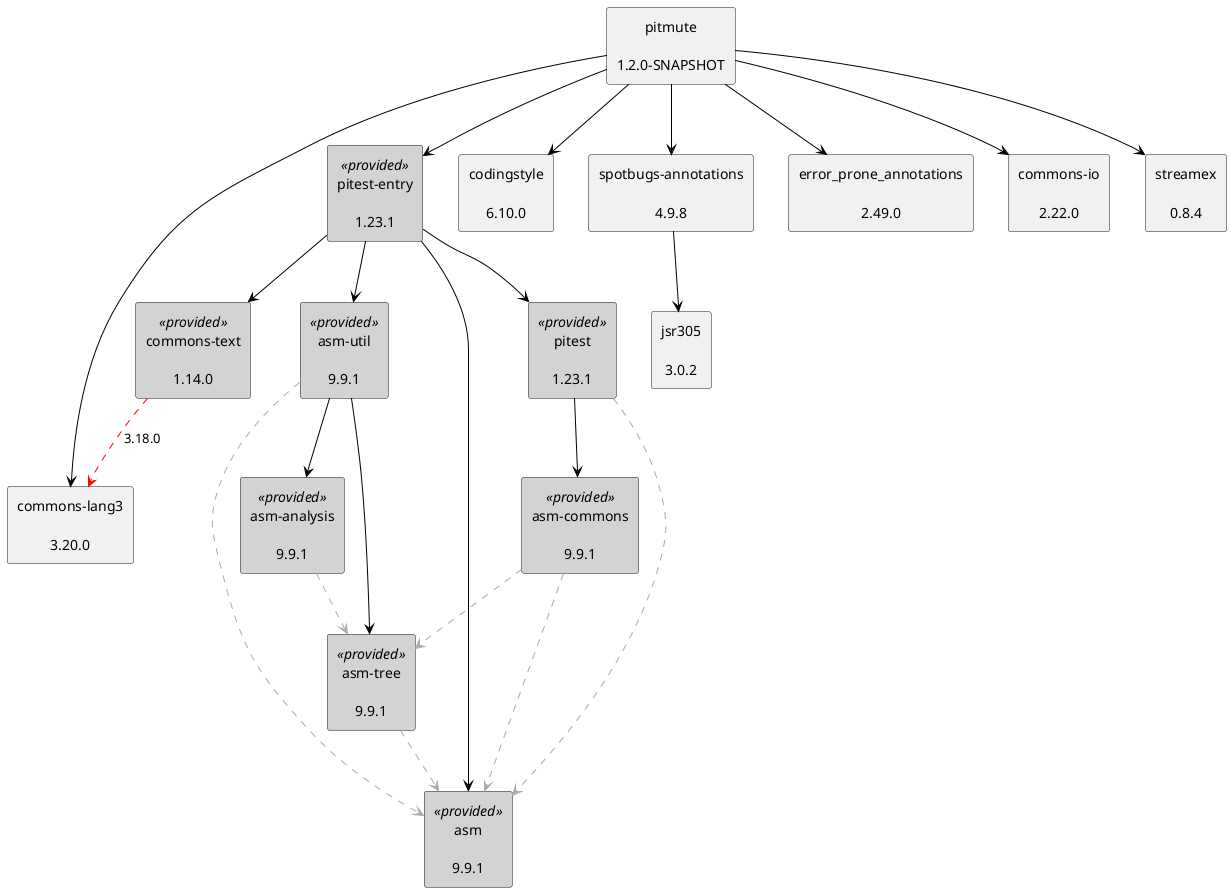
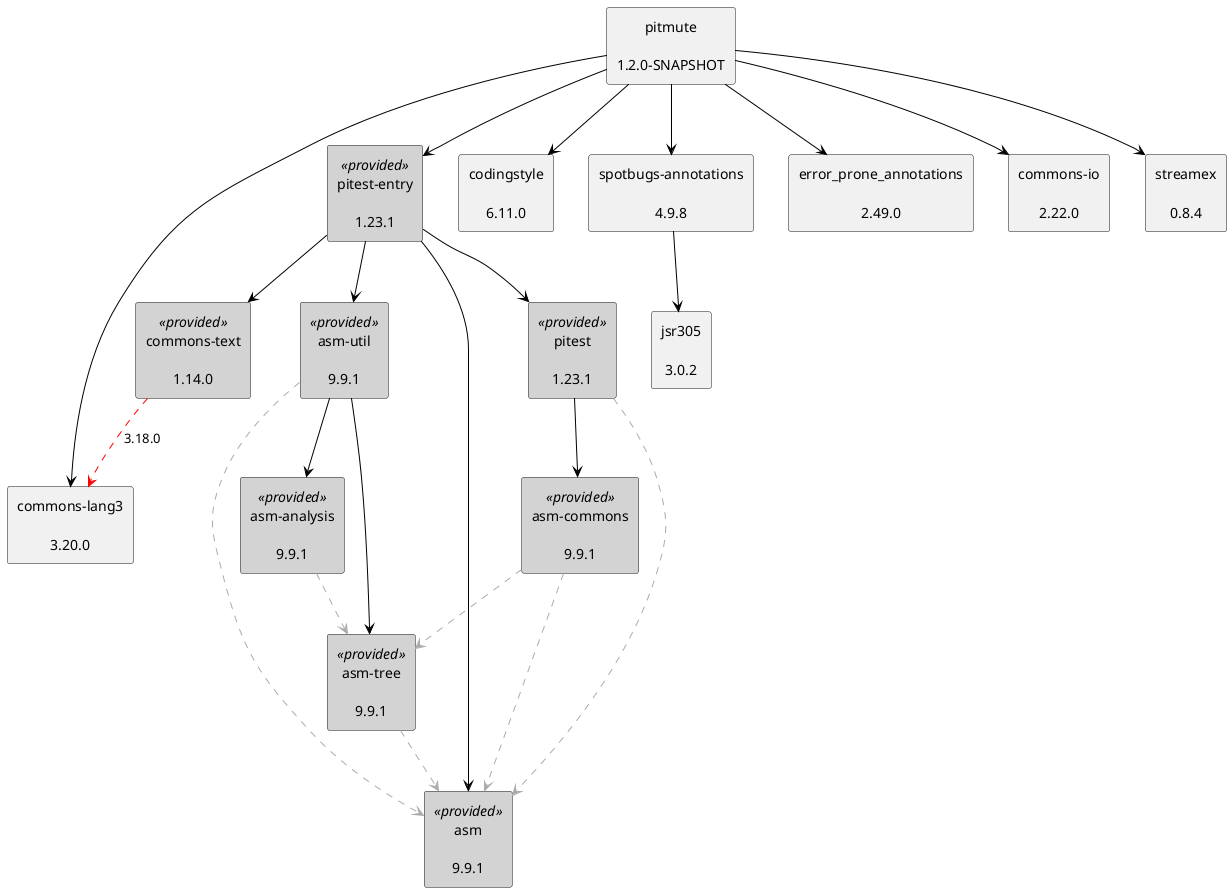
@startuml
skinparam defaultTextAlignment center
skinparam rectangle {
  BackgroundColor<<optional>> beige
  BackgroundColor<<test>> lightGreen
  BackgroundColor<<runtime>> lightBlue
  BackgroundColor<<provided>> lightGray
}
rectangle "pitest\n\n1.23.1" as org_pitest_pitest_jar<<provided>>
rectangle "asm\n\n9.9.1" as org_ow2_asm_asm_jar<<provided>>
rectangle "asm-commons\n\n9.9.1" as org_ow2_asm_asm_commons_jar<<provided>>
rectangle "asm-tree\n\n9.9.1" as org_ow2_asm_asm_tree_jar<<provided>>
rectangle "pitest-entry\n\n1.23.1" as org_pitest_pitest_entry_jar<<provided>>
rectangle "asm-util\n\n9.9.1" as org_ow2_asm_asm_util_jar<<provided>>
rectangle "asm-analysis\n\n9.9.1" as org_ow2_asm_asm_analysis_jar<<provided>>
rectangle "commons-text\n\n1.14.0" as org_apache_commons_commons_text_jar<<provided>>
rectangle "commons-lang3\n\n3.20.0" as org_apache_commons_commons_lang3_jar
rectangle "pitmute\n\n1.2.0-SNAPSHOT" as edu_hm_hafner_pitmute_jar
- rectangle "codingstyle\n\n6.10.0" as edu_hm_hafner_codingstyle_jar
+ rectangle "codingstyle\n\n6.11.0" as edu_hm_hafner_codingstyle_jar
rectangle "spotbugs-annotations\n\n4.9.8" as com_github_spotbugs_spotbugs_annotations_jar
rectangle "jsr305\n\n3.0.2" as com_google_code_findbugs_jsr305_jar
rectangle "error_prone_annotations\n\n2.49.0" as com_google_errorprone_error_prone_annotations_jar
rectangle "commons-io\n\n2.22.0" as commons_io_commons_io_jar
rectangle "streamex\n\n0.8.4" as one_util_streamex_jar
org_pitest_pitest_jar .[#ABABAB].> org_ow2_asm_asm_jar
org_ow2_asm_asm_commons_jar .[#ABABAB].> org_ow2_asm_asm_jar
org_ow2_asm_asm_commons_jar .[#ABABAB].> org_ow2_asm_asm_tree_jar
org_pitest_pitest_jar -[#000000]-> org_ow2_asm_asm_commons_jar
org_pitest_pitest_entry_jar -[#000000]-> org_pitest_pitest_jar
org_pitest_pitest_entry_jar -[#000000]-> org_ow2_asm_asm_jar
org_ow2_asm_asm_util_jar .[#ABABAB].> org_ow2_asm_asm_jar
org_ow2_asm_asm_tree_jar .[#ABABAB].> org_ow2_asm_asm_jar
org_ow2_asm_asm_util_jar -[#000000]-> org_ow2_asm_asm_tree_jar
org_ow2_asm_asm_analysis_jar .[#ABABAB].> org_ow2_asm_asm_tree_jar
org_ow2_asm_asm_util_jar -[#000000]-> org_ow2_asm_asm_analysis_jar
org_pitest_pitest_entry_jar -[#000000]-> org_ow2_asm_asm_util_jar
org_apache_commons_commons_text_jar .[#FF0000].> org_apache_commons_commons_lang3_jar: 3.18.0
org_pitest_pitest_entry_jar -[#000000]-> org_apache_commons_commons_text_jar
edu_hm_hafner_pitmute_jar -[#000000]-> org_pitest_pitest_entry_jar
edu_hm_hafner_pitmute_jar -[#000000]-> edu_hm_hafner_codingstyle_jar
com_github_spotbugs_spotbugs_annotations_jar -[#000000]-> com_google_code_findbugs_jsr305_jar
edu_hm_hafner_pitmute_jar -[#000000]-> com_github_spotbugs_spotbugs_annotations_jar
edu_hm_hafner_pitmute_jar -[#000000]-> com_google_errorprone_error_prone_annotations_jar
edu_hm_hafner_pitmute_jar -[#000000]-> org_apache_commons_commons_lang3_jar
edu_hm_hafner_pitmute_jar -[#000000]-> commons_io_commons_io_jar
edu_hm_hafner_pitmute_jar -[#000000]-> one_util_streamex_jar
@enduml